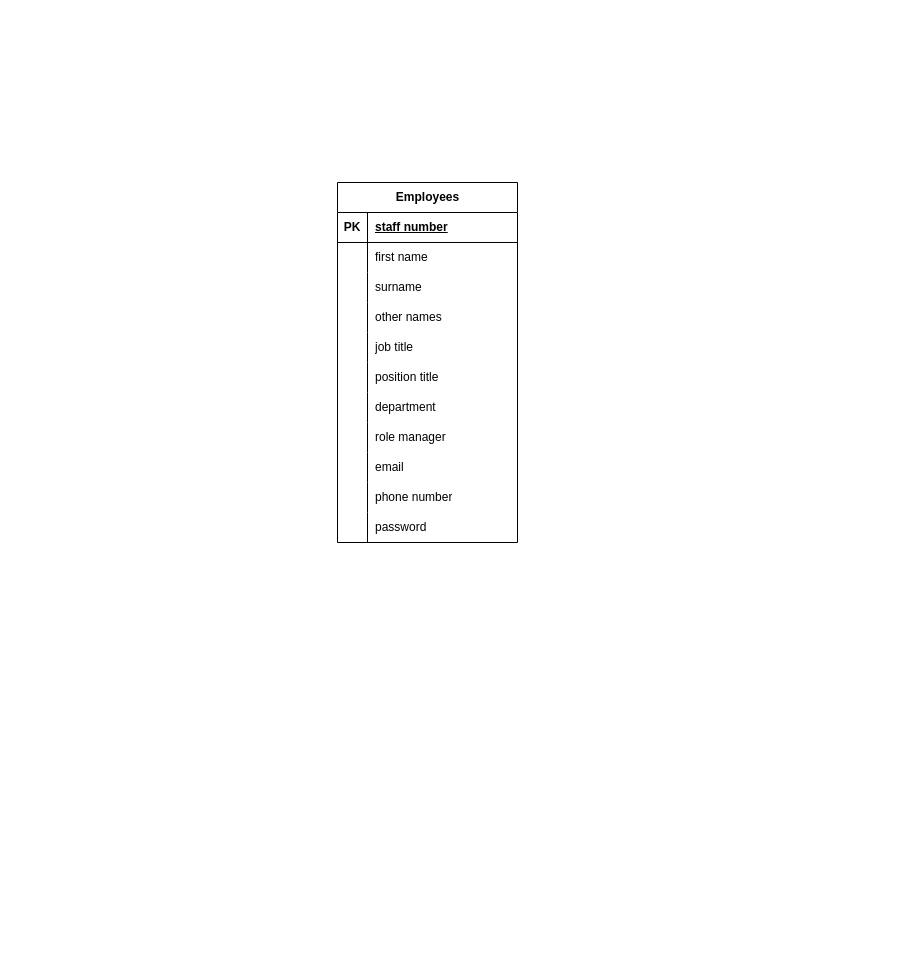
Above: PMS.drawio in JohnMugambi/Files (draw.io), before the change. Source tidied: cells renumbered, new cells numbered last; positions are measured from the earlier drawing's top-left corner, leaving out a move shared by most shapes. Both pictures are drawn from the tidied source at 100%, with x=0, y=0 at pixel (337, 182).
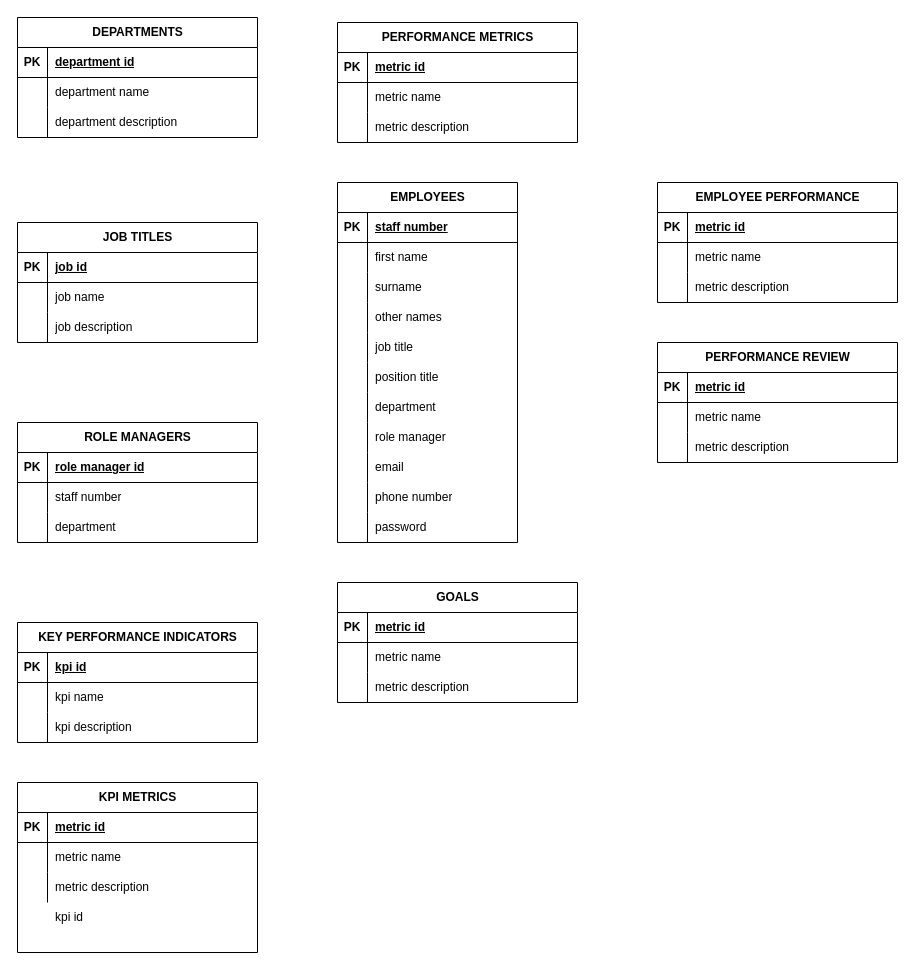
Above is the later version.

What changed in the source:
```diff
@@
-    <mxCell id="2" value="Employees" style="shape=table;startSize=30;childLayout=tableLayout;rowLines=0;fontStyle=1;align=center;html=1;" parent="1" vertex="1">
+    <mxCell id="2" value="EMPLOYEES" style="shape=table;startSize=30;childLayout=tableLayout;rowLines=0;fontStyle=1;align=center;html=1;" parent="1" vertex="1">
       <mxGeometry width="180" height="360" as="geometry" />
     </mxCell>
@@
+    <mxCell id="36" value="PERFORMANCE METRICS" style="shape=table;startSize=30;childLayout=tableLayout;rowLines=0;fontStyle=1;align=center;html=1;" parent="1" vertex="1">
+      <mxGeometry y="-160" width="240" height="120" as="geometry" />
+    </mxCell>
+    <mxCell id="37" style="shape=tableRow;horizontal=0;startSize=0;swimlaneHead=0;swimlaneBody=0;fillColor=none;top=0;left=0;right=0;bottom=1;" parent="36" vertex="1">
+      <mxGeometry y="30" width="240" height="30" as="geometry" />
+    </mxCell>
+    <mxCell id="38" value="PK" style="shape=partialRectangle;fillColor=none;top=0;left=0;bottom=0;right=0;fontStyle=1;overflow=hidden;whiteSpace=wrap;html=1;" parent="37" vertex="1">
+      <mxGeometry width="30" height="30" as="geometry" />
+    </mxCell>
+    <mxCell id="39" value="metric id" style="shape=partialRectangle;fillColor=none;top=0;left=0;bottom=0;right=0;align=left;spacingLeft=6;fontStyle=5;overflow=hidden;whiteSpace=wrap;html=1;" parent="37" vertex="1">
+      <mxGeometry x="30" width="210" height="30" as="geometry" />
+    </mxCell>
+    <mxCell id="40" style="shape=tableRow;horizontal=0;startSize=0;swimlaneHead=0;swimlaneBody=0;fillColor=none;top=0;left=0;right=0;bottom=0;" parent="36" vertex="1">
+      <mxGeometry y="60" width="240" height="30" as="geometry" />
+    </mxCell>
+    <mxCell id="41" style="shape=partialRectangle;fillColor=none;top=0;left=0;bottom=0;right=0;overflow=hidden;whiteSpace=wrap;html=1;" parent="40" vertex="1">
+      <mxGeometry width="30" height="30" as="geometry" />
+    </mxCell>
+    <mxCell id="42" value="metric name" style="shape=partialRectangle;fillColor=none;top=0;left=0;bottom=0;right=0;align=left;spacingLeft=6;overflow=hidden;whiteSpace=wrap;html=1;" parent="40" vertex="1">
+      <mxGeometry x="30" width="210" height="30" as="geometry" />
+    </mxCell>
+    <mxCell id="43" style="shape=tableRow;horizontal=0;startSize=0;swimlaneHead=0;swimlaneBody=0;fillColor=none;top=0;left=0;right=0;bottom=0;" parent="36" vertex="1">
+      <mxGeometry y="90" width="240" height="30" as="geometry" />
+    </mxCell>
+    <mxCell id="44" style="shape=partialRectangle;fillColor=none;top=0;left=0;bottom=0;right=0;overflow=hidden;whiteSpace=wrap;html=1;" parent="43" vertex="1">
+      <mxGeometry width="30" height="30" as="geometry" />
+    </mxCell>
+    <mxCell id="45" value="metric description" style="shape=partialRectangle;fillColor=none;top=0;left=0;bottom=0;right=0;align=left;spacingLeft=6;overflow=hidden;whiteSpace=wrap;html=1;" parent="43" vertex="1">
+      <mxGeometry x="30" width="210" height="30" as="geometry" />
+    </mxCell>
+    <mxCell id="46" value="DEPARTMENTS" style="shape=table;startSize=30;childLayout=tableLayout;rowLines=0;fontStyle=1;align=center;html=1;" parent="1" vertex="1">
+      <mxGeometry x="-320" y="-165" width="240" height="120" as="geometry" />
+    </mxCell>
+    <mxCell id="47" style="shape=tableRow;horizontal=0;startSize=0;swimlaneHead=0;swimlaneBody=0;fillColor=none;top=0;left=0;right=0;bottom=1;" parent="46" vertex="1">
+      <mxGeometry y="30" width="240" height="30" as="geometry" />
+    </mxCell>
+    <mxCell id="48" value="PK" style="shape=partialRectangle;fillColor=none;top=0;left=0;bottom=0;right=0;fontStyle=1;overflow=hidden;whiteSpace=wrap;html=1;" parent="47" vertex="1">
+      <mxGeometry width="30" height="30" as="geometry" />
+    </mxCell>
+    <mxCell id="49" value="department id" style="shape=partialRectangle;fillColor=none;top=0;left=0;bottom=0;right=0;align=left;spacingLeft=6;fontStyle=5;overflow=hidden;whiteSpace=wrap;html=1;" parent="47" vertex="1">
+      <mxGeometry x="30" width="210" height="30" as="geometry" />
+    </mxCell>
+    <mxCell id="50" style="shape=tableRow;horizontal=0;startSize=0;swimlaneHead=0;swimlaneBody=0;fillColor=none;top=0;left=0;right=0;bottom=0;" parent="46" vertex="1">
+      <mxGeometry y="60" width="240" height="30" as="geometry" />
+    </mxCell>
+    <mxCell id="51" style="shape=partialRectangle;fillColor=none;top=0;left=0;bottom=0;right=0;overflow=hidden;whiteSpace=wrap;html=1;" parent="50" vertex="1">
+      <mxGeometry width="30" height="30" as="geometry" />
+    </mxCell>
+    <mxCell id="52" value="department name" style="shape=partialRectangle;fillColor=none;top=0;left=0;bottom=0;right=0;align=left;spacingLeft=6;overflow=hidden;whiteSpace=wrap;html=1;" parent="50" vertex="1">
+      <mxGeometry x="30" width="210" height="30" as="geometry" />
+    </mxCell>
+    <mxCell id="53" style="shape=tableRow;horizontal=0;startSize=0;swimlaneHead=0;swimlaneBody=0;fillColor=none;top=0;left=0;right=0;bottom=0;" parent="46" vertex="1">
+      <mxGeometry y="90" width="240" height="30" as="geometry" />
+    </mxCell>
+    <mxCell id="54" style="shape=partialRectangle;fillColor=none;top=0;left=0;bottom=0;right=0;overflow=hidden;whiteSpace=wrap;html=1;" parent="53" vertex="1">
+      <mxGeometry width="30" height="30" as="geometry" />
+    </mxCell>
+    <mxCell id="55" value="department description" style="shape=partialRectangle;fillColor=none;top=0;left=0;bottom=0;right=0;align=left;spacingLeft=6;overflow=hidden;whiteSpace=wrap;html=1;" parent="53" vertex="1">
+      <mxGeometry x="30" width="210" height="30" as="geometry" />
+    </mxCell>
+    <mxCell id="56" value="EMPLOYEE PERFORMANCE" style="shape=table;startSize=30;childLayout=tableLayout;rowLines=0;fontStyle=1;align=center;html=1;" parent="1" vertex="1">
+      <mxGeometry x="320" width="240" height="120" as="geometry" />
+    </mxCell>
+    <mxCell id="57" style="shape=tableRow;horizontal=0;startSize=0;swimlaneHead=0;swimlaneBody=0;fillColor=none;top=0;left=0;right=0;bottom=1;" parent="56" vertex="1">
+      <mxGeometry y="30" width="240" height="30" as="geometry" />
+    </mxCell>
+    <mxCell id="58" value="PK" style="shape=partialRectangle;fillColor=none;top=0;left=0;bottom=0;right=0;fontStyle=1;overflow=hidden;whiteSpace=wrap;html=1;" parent="57" vertex="1">
+      <mxGeometry width="30" height="30" as="geometry" />
+    </mxCell>
+    <mxCell id="59" value="metric id" style="shape=partialRectangle;fillColor=none;top=0;left=0;bottom=0;right=0;align=left;spacingLeft=6;fontStyle=5;overflow=hidden;whiteSpace=wrap;html=1;" parent="57" vertex="1">
+      <mxGeometry x="30" width="210" height="30" as="geometry" />
+    </mxCell>
+    <mxCell id="60" style="shape=tableRow;horizontal=0;startSize=0;swimlaneHead=0;swimlaneBody=0;fillColor=none;top=0;left=0;right=0;bottom=0;" parent="56" vertex="1">
+      <mxGeometry y="60" width="240" height="30" as="geometry" />
+    </mxCell>
+    <mxCell id="61" style="shape=partialRectangle;fillColor=none;top=0;left=0;bottom=0;right=0;overflow=hidden;whiteSpace=wrap;html=1;" parent="60" vertex="1">
+      <mxGeometry width="30" height="30" as="geometry" />
+    </mxCell>
+    <mxCell id="62" value="metric name" style="shape=partialRectangle;fillColor=none;top=0;left=0;bottom=0;right=0;align=left;spacingLeft=6;overflow=hidden;whiteSpace=wrap;html=1;" parent="60" vertex="1">
+      <mxGeometry x="30" width="210" height="30" as="geometry" />
+    </mxCell>
+    <mxCell id="63" style="shape=tableRow;horizontal=0;startSize=0;swimlaneHead=0;swimlaneBody=0;fillColor=none;top=0;left=0;right=0;bottom=0;" parent="56" vertex="1">
+      <mxGeometry y="90" width="240" height="30" as="geometry" />
+    </mxCell>
+    <mxCell id="64" style="shape=partialRectangle;fillColor=none;top=0;left=0;bottom=0;right=0;overflow=hidden;whiteSpace=wrap;html=1;" parent="63" vertex="1">
+      <mxGeometry width="30" height="30" as="geometry" />
+    </mxCell>
+    <mxCell id="65" value="metric description" style="shape=partialRectangle;fillColor=none;top=0;left=0;bottom=0;right=0;align=left;spacingLeft=6;overflow=hidden;whiteSpace=wrap;html=1;" parent="63" vertex="1">
+      <mxGeometry x="30" width="210" height="30" as="geometry" />
+    </mxCell>
+    <mxCell id="66" value="GOALS" style="shape=table;startSize=30;childLayout=tableLayout;rowLines=0;fontStyle=1;align=center;html=1;" parent="1" vertex="1">
+      <mxGeometry y="400" width="240" height="120" as="geometry" />
+    </mxCell>
+    <mxCell id="67" style="shape=tableRow;horizontal=0;startSize=0;swimlaneHead=0;swimlaneBody=0;fillColor=none;top=0;left=0;right=0;bottom=1;" parent="66" vertex="1">
+      <mxGeometry y="30" width="240" height="30" as="geometry" />
+    </mxCell>
+    <mxCell id="68" value="PK" style="shape=partialRectangle;fillColor=none;top=0;left=0;bottom=0;right=0;fontStyle=1;overflow=hidden;whiteSpace=wrap;html=1;" parent="67" vertex="1">
+      <mxGeometry width="30" height="30" as="geometry" />
+    </mxCell>
+    <mxCell id="69" value="metric id" style="shape=partialRectangle;fillColor=none;top=0;left=0;bottom=0;right=0;align=left;spacingLeft=6;fontStyle=5;overflow=hidden;whiteSpace=wrap;html=1;" parent="67" vertex="1">
+      <mxGeometry x="30" width="210" height="30" as="geometry" />
+    </mxCell>
+    <mxCell id="70" style="shape=tableRow;horizontal=0;startSize=0;swimlaneHead=0;swimlaneBody=0;fillColor=none;top=0;left=0;right=0;bottom=0;" parent="66" vertex="1">
+      <mxGeometry y="60" width="240" height="30" as="geometry" />
+    </mxCell>
+    <mxCell id="71" style="shape=partialRectangle;fillColor=none;top=0;left=0;bottom=0;right=0;overflow=hidden;whiteSpace=wrap;html=1;" parent="70" vertex="1">
+      <mxGeometry width="30" height="30" as="geometry" />
+    </mxCell>
+    <mxCell id="72" value="metric name" style="shape=partialRectangle;fillColor=none;top=0;left=0;bottom=0;right=0;align=left;spacingLeft=6;overflow=hidden;whiteSpace=wrap;html=1;" parent="70" vertex="1">
+      <mxGeometry x="30" width="210" height="30" as="geometry" />
+    </mxCell>
+    <mxCell id="73" style="shape=tableRow;horizontal=0;startSize=0;swimlaneHead=0;swimlaneBody=0;fillColor=none;top=0;left=0;right=0;bottom=0;" parent="66" vertex="1">
+      <mxGeometry y="90" width="240" height="30" as="geometry" />
+    </mxCell>
+    <mxCell id="74" style="shape=partialRectangle;fillColor=none;top=0;left=0;bottom=0;right=0;overflow=hidden;whiteSpace=wrap;html=1;" parent="73" vertex="1">
+      <mxGeometry width="30" height="30" as="geometry" />
+    </mxCell>
+    <mxCell id="75" value="metric description" style="shape=partialRectangle;fillColor=none;top=0;left=0;bottom=0;right=0;align=left;spacingLeft=6;overflow=hidden;whiteSpace=wrap;html=1;" parent="73" vertex="1">
+      <mxGeometry x="30" width="210" height="30" as="geometry" />
+    </mxCell>
+    <mxCell id="76" value="PERFORMANCE REVIEW" style="shape=table;startSize=30;childLayout=tableLayout;rowLines=0;fontStyle=1;align=center;html=1;" parent="1" vertex="1">
+      <mxGeometry x="320" y="160" width="240" height="120" as="geometry" />
+    </mxCell>
+    <mxCell id="77" style="shape=tableRow;horizontal=0;startSize=0;swimlaneHead=0;swimlaneBody=0;fillColor=none;top=0;left=0;right=0;bottom=1;" parent="76" vertex="1">
+      <mxGeometry y="30" width="240" height="30" as="geometry" />
+    </mxCell>
+    <mxCell id="78" value="PK" style="shape=partialRectangle;fillColor=none;top=0;left=0;bottom=0;right=0;fontStyle=1;overflow=hidden;whiteSpace=wrap;html=1;" parent="77" vertex="1">
+      <mxGeometry width="30" height="30" as="geometry" />
+    </mxCell>
+    <mxCell id="79" value="metric id" style="shape=partialRectangle;fillColor=none;top=0;left=0;bottom=0;right=0;align=left;spacingLeft=6;fontStyle=5;overflow=hidden;whiteSpace=wrap;html=1;" parent="77" vertex="1">
+      <mxGeometry x="30" width="210" height="30" as="geometry" />
+    </mxCell>
+    <mxCell id="80" style="shape=tableRow;horizontal=0;startSize=0;swimlaneHead=0;swimlaneBody=0;fillColor=none;top=0;left=0;right=0;bottom=0;" parent="76" vertex="1">
+      <mxGeometry y="60" width="240" height="30" as="geometry" />
+    </mxCell>
+    <mxCell id="81" style="shape=partialRectangle;fillColor=none;top=0;left=0;bottom=0;right=0;overflow=hidden;whiteSpace=wrap;html=1;" parent="80" vertex="1">
+      <mxGeometry width="30" height="30" as="geometry" />
+    </mxCell>
+    <mxCell id="82" value="metric name" style="shape=partialRectangle;fillColor=none;top=0;left=0;bottom=0;right=0;align=left;spacingLeft=6;overflow=hidden;whiteSpace=wrap;html=1;" parent="80" vertex="1">
+      <mxGeometry x="30" width="210" height="30" as="geometry" />
+    </mxCell>
+    <mxCell id="83" style="shape=tableRow;horizontal=0;startSize=0;swimlaneHead=0;swimlaneBody=0;fillColor=none;top=0;left=0;right=0;bottom=0;" parent="76" vertex="1">
+      <mxGeometry y="90" width="240" height="30" as="geometry" />
+    </mxCell>
+    <mxCell id="84" style="shape=partialRectangle;fillColor=none;top=0;left=0;bottom=0;right=0;overflow=hidden;whiteSpace=wrap;html=1;" parent="83" vertex="1">
+      <mxGeometry width="30" height="30" as="geometry" />
+    </mxCell>
+    <mxCell id="85" value="metric description" style="shape=partialRectangle;fillColor=none;top=0;left=0;bottom=0;right=0;align=left;spacingLeft=6;overflow=hidden;whiteSpace=wrap;html=1;" parent="83" vertex="1">
+      <mxGeometry x="30" width="210" height="30" as="geometry" />
+    </mxCell>
+    <mxCell id="86" value="JOB TITLES" style="shape=table;startSize=30;childLayout=tableLayout;rowLines=0;fontStyle=1;align=center;html=1;" parent="1" vertex="1">
+      <mxGeometry x="-320" y="40" width="240" height="120" as="geometry" />
+    </mxCell>
+    <mxCell id="87" style="shape=tableRow;horizontal=0;startSize=0;swimlaneHead=0;swimlaneBody=0;fillColor=none;top=0;left=0;right=0;bottom=1;" parent="86" vertex="1">
+      <mxGeometry y="30" width="240" height="30" as="geometry" />
+    </mxCell>
+    <mxCell id="88" value="PK" style="shape=partialRectangle;fillColor=none;top=0;left=0;bottom=0;right=0;fontStyle=1;overflow=hidden;whiteSpace=wrap;html=1;" parent="87" vertex="1">
+      <mxGeometry width="30" height="30" as="geometry" />
+    </mxCell>
+    <mxCell id="89" value="job id" style="shape=partialRectangle;fillColor=none;top=0;left=0;bottom=0;right=0;align=left;spacingLeft=6;fontStyle=5;overflow=hidden;whiteSpace=wrap;html=1;" parent="87" vertex="1">
+      <mxGeometry x="30" width="210" height="30" as="geometry" />
+    </mxCell>
+    <mxCell id="90" style="shape=tableRow;horizontal=0;startSize=0;swimlaneHead=0;swimlaneBody=0;fillColor=none;top=0;left=0;right=0;bottom=0;" parent="86" vertex="1">
+      <mxGeometry y="60" width="240" height="30" as="geometry" />
+    </mxCell>
+    <mxCell id="91" style="shape=partialRectangle;fillColor=none;top=0;left=0;bottom=0;right=0;overflow=hidden;whiteSpace=wrap;html=1;" parent="90" vertex="1">
+      <mxGeometry width="30" height="30" as="geometry" />
+    </mxCell>
+    <mxCell id="92" value="job name" style="shape=partialRectangle;fillColor=none;top=0;left=0;bottom=0;right=0;align=left;spacingLeft=6;overflow=hidden;whiteSpace=wrap;html=1;" parent="90" vertex="1">
+      <mxGeometry x="30" width="210" height="30" as="geometry" />
+    </mxCell>
+    <mxCell id="93" style="shape=tableRow;horizontal=0;startSize=0;swimlaneHead=0;swimlaneBody=0;fillColor=none;top=0;left=0;right=0;bottom=0;" parent="86" vertex="1">
+      <mxGeometry y="90" width="240" height="30" as="geometry" />
+    </mxCell>
+    <mxCell id="94" style="shape=partialRectangle;fillColor=none;top=0;left=0;bottom=0;right=0;overflow=hidden;whiteSpace=wrap;html=1;" parent="93" vertex="1">
+      <mxGeometry width="30" height="30" as="geometry" />
+    </mxCell>
+    <mxCell id="95" value="job description" style="shape=partialRectangle;fillColor=none;top=0;left=0;bottom=0;right=0;align=left;spacingLeft=6;overflow=hidden;whiteSpace=wrap;html=1;" parent="93" vertex="1">
+      <mxGeometry x="30" width="210" height="30" as="geometry" />
+    </mxCell>
+    <mxCell id="96" value="ROLE MANAGERS" style="shape=table;startSize=30;childLayout=tableLayout;rowLines=0;fontStyle=1;align=center;html=1;" parent="1" vertex="1">
+      <mxGeometry x="-320" y="240" width="240" height="120" as="geometry" />
+    </mxCell>
+    <mxCell id="97" style="shape=tableRow;horizontal=0;startSize=0;swimlaneHead=0;swimlaneBody=0;fillColor=none;top=0;left=0;right=0;bottom=1;" parent="96" vertex="1">
+      <mxGeometry y="30" width="240" height="30" as="geometry" />
+    </mxCell>
+    <mxCell id="98" value="PK" style="shape=partialRectangle;fillColor=none;top=0;left=0;bottom=0;right=0;fontStyle=1;overflow=hidden;whiteSpace=wrap;html=1;" parent="97" vertex="1">
+      <mxGeometry width="30" height="30" as="geometry" />
+    </mxCell>
+    <mxCell id="99" value="role manager id" style="shape=partialRectangle;fillColor=none;top=0;left=0;bottom=0;right=0;align=left;spacingLeft=6;fontStyle=5;overflow=hidden;whiteSpace=wrap;html=1;" parent="97" vertex="1">
+      <mxGeometry x="30" width="210" height="30" as="geometry" />
+    </mxCell>
+    <mxCell id="100" style="shape=tableRow;horizontal=0;startSize=0;swimlaneHead=0;swimlaneBody=0;fillColor=none;top=0;left=0;right=0;bottom=0;" parent="96" vertex="1">
+      <mxGeometry y="60" width="240" height="30" as="geometry" />
+    </mxCell>
+    <mxCell id="101" style="shape=partialRectangle;fillColor=none;top=0;left=0;bottom=0;right=0;overflow=hidden;whiteSpace=wrap;html=1;" parent="100" vertex="1">
+      <mxGeometry width="30" height="30" as="geometry" />
+    </mxCell>
+    <mxCell id="102" value="staff number" style="shape=partialRectangle;fillColor=none;top=0;left=0;bottom=0;right=0;align=left;spacingLeft=6;overflow=hidden;whiteSpace=wrap;html=1;" parent="100" vertex="1">
+      <mxGeometry x="30" width="210" height="30" as="geometry" />
+    </mxCell>
+    <mxCell id="103" style="shape=tableRow;horizontal=0;startSize=0;swimlaneHead=0;swimlaneBody=0;fillColor=none;top=0;left=0;right=0;bottom=0;" parent="96" vertex="1">
+      <mxGeometry y="90" width="240" height="30" as="geometry" />
+    </mxCell>
+    <mxCell id="104" style="shape=partialRectangle;fillColor=none;top=0;left=0;bottom=0;right=0;overflow=hidden;whiteSpace=wrap;html=1;" parent="103" vertex="1">
+      <mxGeometry width="30" height="30" as="geometry" />
+    </mxCell>
+    <mxCell id="105" value="department" style="shape=partialRectangle;fillColor=none;top=0;left=0;bottom=0;right=0;align=left;spacingLeft=6;overflow=hidden;whiteSpace=wrap;html=1;" parent="103" vertex="1">
+      <mxGeometry x="30" width="210" height="30" as="geometry" />
+    </mxCell>
+    <mxCell id="106" value="KEY PERFORMANCE INDICATORS" style="shape=table;startSize=30;childLayout=tableLayout;rowLines=0;fontStyle=1;align=center;html=1;" parent="1" vertex="1">
+      <mxGeometry x="-320" y="440" width="240" height="120" as="geometry" />
+    </mxCell>
+    <mxCell id="107" style="shape=tableRow;horizontal=0;startSize=0;swimlaneHead=0;swimlaneBody=0;fillColor=none;top=0;left=0;right=0;bottom=1;" parent="106" vertex="1">
+      <mxGeometry y="30" width="240" height="30" as="geometry" />
+    </mxCell>
+    <mxCell id="108" value="PK" style="shape=partialRectangle;fillColor=none;top=0;left=0;bottom=0;right=0;fontStyle=1;overflow=hidden;whiteSpace=wrap;html=1;" parent="107" vertex="1">
+      <mxGeometry width="30" height="30" as="geometry" />
+    </mxCell>
+    <mxCell id="109" value="kpi id" style="shape=partialRectangle;fillColor=none;top=0;left=0;bottom=0;right=0;align=left;spacingLeft=6;fontStyle=5;overflow=hidden;whiteSpace=wrap;html=1;" parent="107" vertex="1">
+      <mxGeometry x="30" width="210" height="30" as="geometry" />
+    </mxCell>
+    <mxCell id="110" style="shape=tableRow;horizontal=0;startSize=0;swimlaneHead=0;swimlaneBody=0;fillColor=none;top=0;left=0;right=0;bottom=0;" parent="106" vertex="1">
+      <mxGeometry y="60" width="240" height="30" as="geometry" />
+    </mxCell>
+    <mxCell id="111" style="shape=partialRectangle;fillColor=none;top=0;left=0;bottom=0;right=0;overflow=hidden;whiteSpace=wrap;html=1;" parent="110" vertex="1">
+      <mxGeometry width="30" height="30" as="geometry" />
+    </mxCell>
+    <mxCell id="112" value="kpi name" style="shape=partialRectangle;fillColor=none;top=0;left=0;bottom=0;right=0;align=left;spacingLeft=6;overflow=hidden;whiteSpace=wrap;html=1;" parent="110" vertex="1">
+      <mxGeometry x="30" width="210" height="30" as="geometry" />
+    </mxCell>
+    <mxCell id="113" style="shape=tableRow;horizontal=0;startSize=0;swimlaneHead=0;swimlaneBody=0;fillColor=none;top=0;left=0;right=0;bottom=0;" parent="106" vertex="1">
+      <mxGeometry y="90" width="240" height="30" as="geometry" />
+    </mxCell>
+    <mxCell id="114" style="shape=partialRectangle;fillColor=none;top=0;left=0;bottom=0;right=0;overflow=hidden;whiteSpace=wrap;html=1;" parent="113" vertex="1">
+      <mxGeometry width="30" height="30" as="geometry" />
+    </mxCell>
+    <mxCell id="115" value="kpi description" style="shape=partialRectangle;fillColor=none;top=0;left=0;bottom=0;right=0;align=left;spacingLeft=6;overflow=hidden;whiteSpace=wrap;html=1;" parent="113" vertex="1">
+      <mxGeometry x="30" width="210" height="30" as="geometry" />
+    </mxCell>
+    <mxCell id="116" value="KPI METRICS" style="shape=table;startSize=30;childLayout=tableLayout;rowLines=0;fontStyle=1;align=center;html=1;" parent="1" vertex="1">
+      <mxGeometry x="-320" y="600" width="240" height="170" as="geometry" />
+    </mxCell>
+    <mxCell id="117" style="shape=tableRow;horizontal=0;startSize=0;swimlaneHead=0;swimlaneBody=0;fillColor=none;top=0;left=0;right=0;bottom=1;" parent="116" vertex="1">
+      <mxGeometry y="30" width="240" height="30" as="geometry" />
+    </mxCell>
+    <mxCell id="118" value="PK" style="shape=partialRectangle;fillColor=none;top=0;left=0;bottom=0;right=0;fontStyle=1;overflow=hidden;whiteSpace=wrap;html=1;" parent="117" vertex="1">
+      <mxGeometry width="30" height="30" as="geometry" />
+    </mxCell>
+    <mxCell id="119" value="metric id" style="shape=partialRectangle;fillColor=none;top=0;left=0;bottom=0;right=0;align=left;spacingLeft=6;fontStyle=5;overflow=hidden;whiteSpace=wrap;html=1;" parent="117" vertex="1">
+      <mxGeometry x="30" width="210" height="30" as="geometry" />
+    </mxCell>
+    <mxCell id="120" style="shape=tableRow;horizontal=0;startSize=0;swimlaneHead=0;swimlaneBody=0;fillColor=none;top=0;left=0;right=0;bottom=0;" parent="116" vertex="1">
+      <mxGeometry y="60" width="240" height="30" as="geometry" />
+    </mxCell>
+    <mxCell id="121" style="shape=partialRectangle;fillColor=none;top=0;left=0;bottom=0;right=0;overflow=hidden;whiteSpace=wrap;html=1;" parent="120" vertex="1">
+      <mxGeometry width="30" height="30" as="geometry" />
+    </mxCell>
+    <mxCell id="122" value="metric name" style="shape=partialRectangle;fillColor=none;top=0;left=0;bottom=0;right=0;align=left;spacingLeft=6;overflow=hidden;whiteSpace=wrap;html=1;" parent="120" vertex="1">
+      <mxGeometry x="30" width="210" height="30" as="geometry" />
+    </mxCell>
+    <mxCell id="123" style="shape=tableRow;horizontal=0;startSize=0;swimlaneHead=0;swimlaneBody=0;fillColor=none;top=0;left=0;right=0;bottom=0;" parent="116" vertex="1">
+      <mxGeometry y="90" width="240" height="30" as="geometry" />
+    </mxCell>
+    <mxCell id="124" style="shape=partialRectangle;fillColor=none;top=0;left=0;bottom=0;right=0;overflow=hidden;whiteSpace=wrap;html=1;" parent="123" vertex="1">
+      <mxGeometry width="30" height="30" as="geometry" />
+    </mxCell>
+    <mxCell id="125" value="metric description" style="shape=partialRectangle;fillColor=none;top=0;left=0;bottom=0;right=0;align=left;spacingLeft=6;overflow=hidden;whiteSpace=wrap;html=1;" parent="123" vertex="1">
+      <mxGeometry x="30" width="210" height="30" as="geometry" />
+    </mxCell>
+    <mxCell id="126" value="kpi id" style="shape=partialRectangle;fillColor=none;top=0;left=0;bottom=0;right=0;align=left;spacingLeft=6;overflow=hidden;whiteSpace=wrap;html=1;" parent="1" vertex="1">
+      <mxGeometry x="-290" y="720" width="210" height="30" as="geometry" />
+    </mxCell>
```
